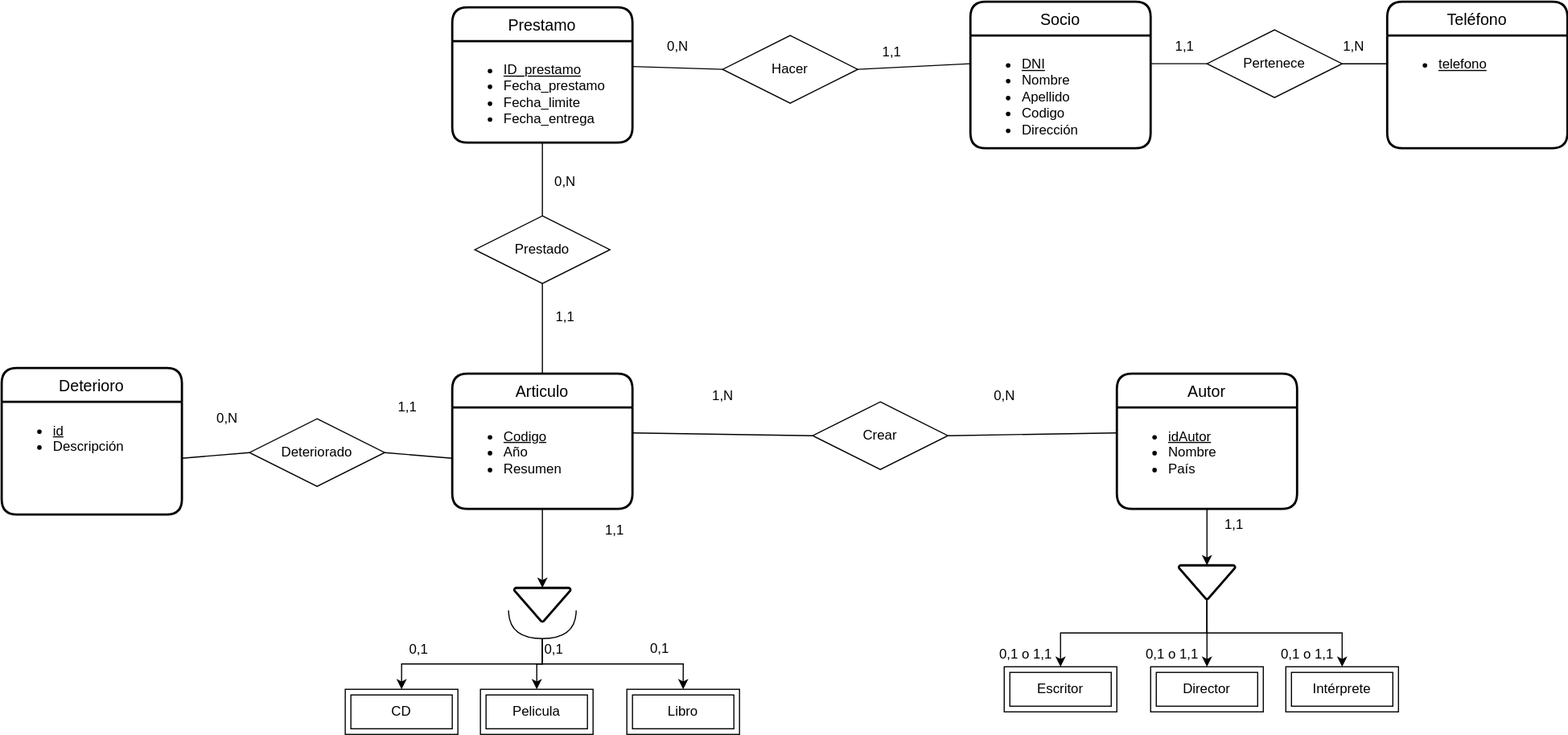
Above: UD12-6.svg in Jimxx22/C3-UD11-UML (draw.io), before the change. Source tidied: cells renumbered, new cells last; positions are measured from the earlier drawing's top-left corner, leaving out a move shared by most shapes.
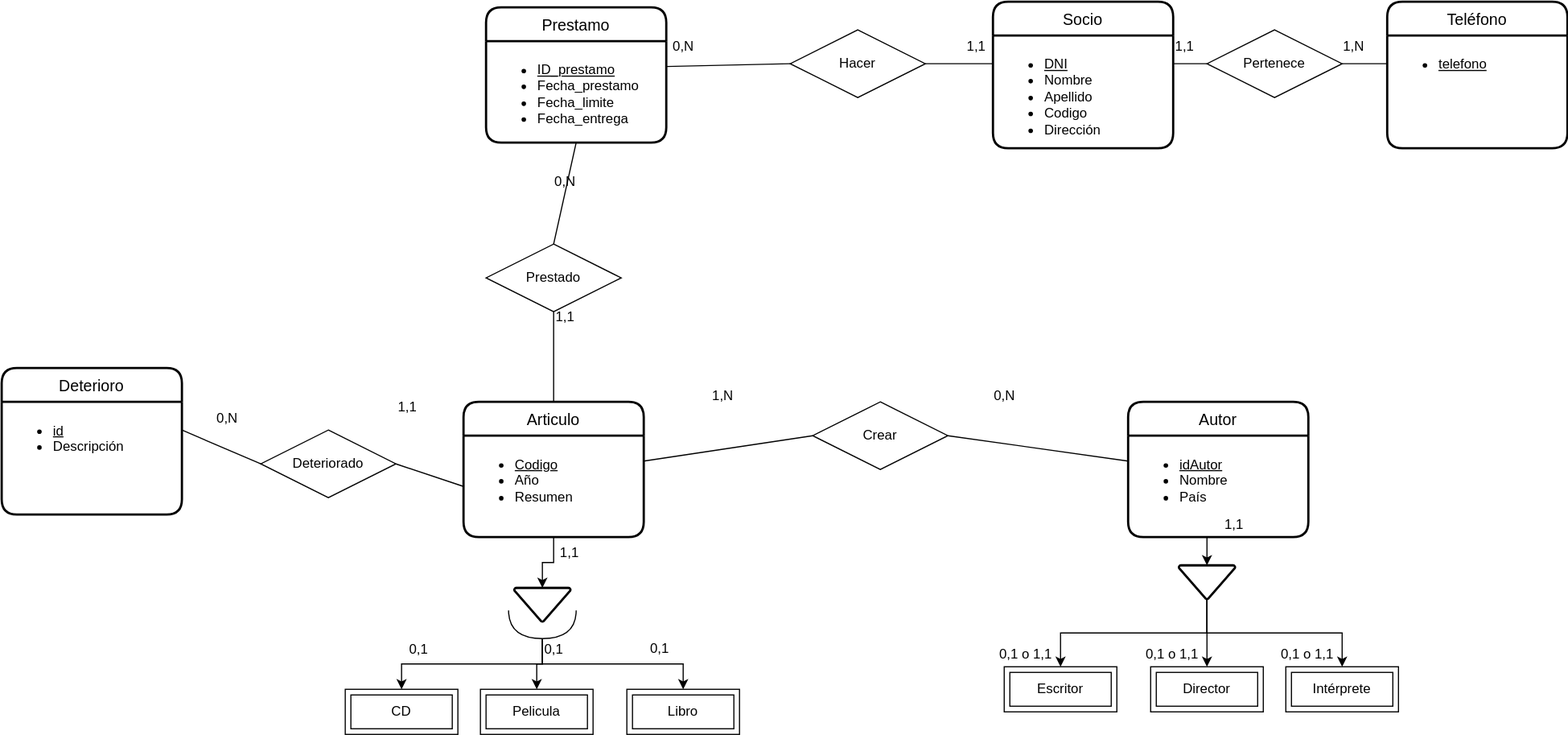
Later version of the same file.

Change to the diagram source:
```diff
@@ -3,7 +3,7 @@
     <mxCell id="0" />
     <mxCell id="1" parent="0" />
     <mxCell id="2" value="Socio" style="swimlane;horizontal=1;startSize=30;rounded=1;fontSize=14;fontStyle=0;strokeWidth=2;shadow=0;dashed=0;align=center;html=0;" parent="1" vertex="1">
-      <mxGeometry x="860" width="160" height="130" as="geometry" />
+      <mxGeometry x="880" width="160" height="130" as="geometry" />
     </mxCell>
     <mxCell id="3" value="&lt;ul&gt;&lt;li&gt;&lt;u&gt;DNI&lt;/u&gt;&lt;/li&gt;&lt;li&gt;Nombre&lt;/li&gt;&lt;li&gt;Apellido&lt;/li&gt;&lt;li&gt;Codigo&lt;/li&gt;&lt;li&gt;Dirección&lt;/li&gt;&lt;/ul&gt;" style="align=left;strokeColor=none;fillColor=none;spacingLeft=4;fontSize=12;verticalAlign=top;html=1;" parent="2" vertex="1">
       <mxGeometry y="30" width="160" height="100" as="geometry" />
@@ -12,13 +12,13 @@
       <mxGeometry relative="1" as="geometry" />
     </mxCell>
     <mxCell id="5" value="Articulo" style="swimlane;horizontal=1;startSize=30;rounded=1;fontSize=14;fontStyle=0;strokeWidth=2;shadow=0;dashed=0;align=center;html=0;" parent="1" vertex="1">
-      <mxGeometry x="400" y="330" width="160" height="120" as="geometry" />
+      <mxGeometry x="410" y="355" width="160" height="120" as="geometry" />
     </mxCell>
     <mxCell id="6" value="&lt;ul&gt;&lt;li&gt;&lt;u&gt;Codigo&lt;/u&gt;&lt;/li&gt;&lt;li&gt;Año&lt;/li&gt;&lt;li&gt;Resumen&lt;/li&gt;&lt;/ul&gt;" style="align=left;strokeColor=none;fillColor=none;spacingLeft=4;fontSize=12;verticalAlign=top;html=1;fontStyle=0;labelBorderColor=none;" parent="5" vertex="1">
       <mxGeometry y="30" width="160" height="90" as="geometry" />
     </mxCell>
     <mxCell id="7" value="Prestamo" style="swimlane;horizontal=1;startSize=30;rounded=1;fontSize=14;fontStyle=0;strokeWidth=2;shadow=0;dashed=0;align=center;html=0;" parent="1" vertex="1">
-      <mxGeometry x="400" y="5" width="160" height="120" as="geometry" />
+      <mxGeometry x="430" y="5" width="160" height="120" as="geometry" />
     </mxCell>
     <mxCell id="8" value="&lt;ul&gt;&lt;li&gt;&lt;u&gt;ID_prestamo&lt;/u&gt;&lt;/li&gt;&lt;li&gt;Fecha_prestamo&lt;/li&gt;&lt;li&gt;Fecha_limite&lt;/li&gt;&lt;li&gt;Fecha_entrega&lt;/li&gt;&lt;/ul&gt;" style="align=left;strokeColor=none;fillColor=none;spacingLeft=4;fontSize=12;verticalAlign=top;html=1;" parent="7" vertex="1">
       <mxGeometry y="30" width="160" height="90" as="geometry" />
@@ -45,13 +45,13 @@
       <mxGeometry relative="1" as="geometry" />
     </mxCell>
     <mxCell id="16" value="Autor" style="swimlane;horizontal=1;startSize=30;rounded=1;fontSize=14;fontStyle=0;strokeWidth=2;shadow=0;dashed=0;align=center;html=0;" parent="1" vertex="1">
-      <mxGeometry x="990" y="330" width="160" height="120" as="geometry" />
+      <mxGeometry x="1000" y="355" width="160" height="120" as="geometry" />
     </mxCell>
     <mxCell id="17" value="&lt;ul&gt;&lt;li&gt;&lt;u&gt;idAutor&lt;/u&gt;&lt;/li&gt;&lt;li&gt;Nombre&lt;/li&gt;&lt;li&gt;País&lt;/li&gt;&lt;/ul&gt;" style="align=left;strokeColor=none;fillColor=none;spacingLeft=4;fontSize=12;verticalAlign=top;html=1;fontStyle=0;labelBorderColor=none;" parent="16" vertex="1">
       <mxGeometry y="30" width="160" height="90" as="geometry" />
     </mxCell>
     <mxCell id="18" value="Hacer" style="shape=rhombus;perimeter=rhombusPerimeter;whiteSpace=wrap;html=1;align=center;" parent="1" vertex="1">
-      <mxGeometry x="640" y="30" width="120" height="60" as="geometry" />
+      <mxGeometry x="700" y="25" width="120" height="60" as="geometry" />
     </mxCell>
     <mxCell id="19" value="Deterioro" style="swimlane;horizontal=1;startSize=30;rounded=1;fontSize=14;fontStyle=0;strokeWidth=2;shadow=0;dashed=0;align=center;html=0;" parent="1" vertex="1">
       <mxGeometry y="325" width="160" height="130" as="geometry" />
@@ -63,7 +63,7 @@
       <mxGeometry x="720" y="355" width="120" height="60" as="geometry" />
     </mxCell>
     <mxCell id="22" value="Prestado" style="shape=rhombus;perimeter=rhombusPerimeter;whiteSpace=wrap;html=1;align=center;rounded=0;glass=0;labelBorderColor=none;fillColor=default;" parent="1" vertex="1">
-      <mxGeometry x="420" y="190" width="120" height="60" as="geometry" />
+      <mxGeometry x="430" y="215" width="120" height="60" as="geometry" />
     </mxCell>
     <mxCell id="23" style="endArrow=none;html=1;rounded=0;entryX=0.5;entryY=0;entryDx=0;entryDy=0;exitX=0.5;exitY=1;exitDx=0;exitDy=0;" parent="1" edge="1" source="8" target="22">
       <mxGeometry relative="1" as="geometry" />
@@ -84,16 +84,16 @@
       <mxGeometry relative="1" as="geometry" />
     </mxCell>
     <mxCell id="29" value="Deteriorado" style="shape=rhombus;perimeter=rhombusPerimeter;whiteSpace=wrap;html=1;align=center;rounded=0;glass=0;labelBorderColor=none;fillColor=default;" parent="1" vertex="1">
-      <mxGeometry x="220" y="370" width="120" height="60" as="geometry" />
+      <mxGeometry x="230" y="380" width="120" height="60" as="geometry" />
     </mxCell>
-    <mxCell id="30" style="endArrow=none;html=1;rounded=0;exitX=1;exitY=0.5;exitDx=0;exitDy=0;entryX=0;entryY=0.5;entryDx=0;entryDy=0;" parent="1" edge="1" source="20" target="29">
+    <mxCell id="30" style="endArrow=none;html=1;rounded=0;exitX=1;exitY=0.25;exitDx=0;exitDy=0;entryX=0;entryY=0.5;entryDx=0;entryDy=0;" parent="1" edge="1" source="20" target="29">
       <mxGeometry relative="1" as="geometry" />
     </mxCell>
     <mxCell id="31" style="endArrow=none;html=1;rounded=0;exitX=1;exitY=0.5;exitDx=0;exitDy=0;entryX=0;entryY=0.5;entryDx=0;entryDy=0;" parent="1" edge="1" source="29" target="6">
       <mxGeometry relative="1" as="geometry" />
     </mxCell>
     <mxCell id="32" value="1,1" style="text;html=1;align=center;verticalAlign=middle;strokeColor=none;fillColor=none;" parent="1" vertex="1">
-      <mxGeometry x="770" y="30" width="40" height="30" as="geometry" />
+      <mxGeometry x="845" y="25" width="40" height="30" as="geometry" />
     </mxCell>
     <mxCell id="33" style="edgeStyle=orthogonalEdgeStyle;rounded=0;orthogonalLoop=1;jettySize=auto;html=1;endArrow=none;endFill=0;exitX=0.5;exitY=1;exitDx=0;exitDy=0;exitPerimeter=0;" parent="1" edge="1">
       <mxGeometry relative="1" as="geometry">
@@ -101,7 +101,7 @@
       </mxGeometry>
     </mxCell>
     <mxCell id="34" value="0,N" style="text;html=1;align=center;verticalAlign=middle;strokeColor=none;fillColor=none;" parent="1" vertex="1">
-      <mxGeometry x="580" y="25" width="40" height="30" as="geometry" />
+      <mxGeometry x="585" y="25" width="40" height="30" as="geometry" />
     </mxCell>
     <mxCell id="35" value="0,N" style="text;html=1;align=center;verticalAlign=middle;strokeColor=none;fillColor=none;" parent="1" vertex="1">
       <mxGeometry x="480" y="145" width="40" height="30" as="geometry" />
@@ -116,7 +116,7 @@
       <mxGeometry x="870" y="335" width="40" height="30" as="geometry" />
     </mxCell>
     <mxCell id="39" value="1,1" style="text;strokeColor=none;fillColor=none;spacingLeft=4;spacingRight=4;overflow=hidden;fontSize=12;rounded=0;glass=0;html=1;" parent="1" vertex="1">
-      <mxGeometry x="530" y="455" width="40" height="30" as="geometry" />
+      <mxGeometry x="490" y="475" width="40" height="30" as="geometry" />
     </mxCell>
     <mxCell id="40" value="1,N" style="text;html=1;align=center;verticalAlign=middle;strokeColor=none;fillColor=none;" parent="1" vertex="1">
       <mxGeometry x="620" y="335" width="40" height="30" as="geometry" />
```
